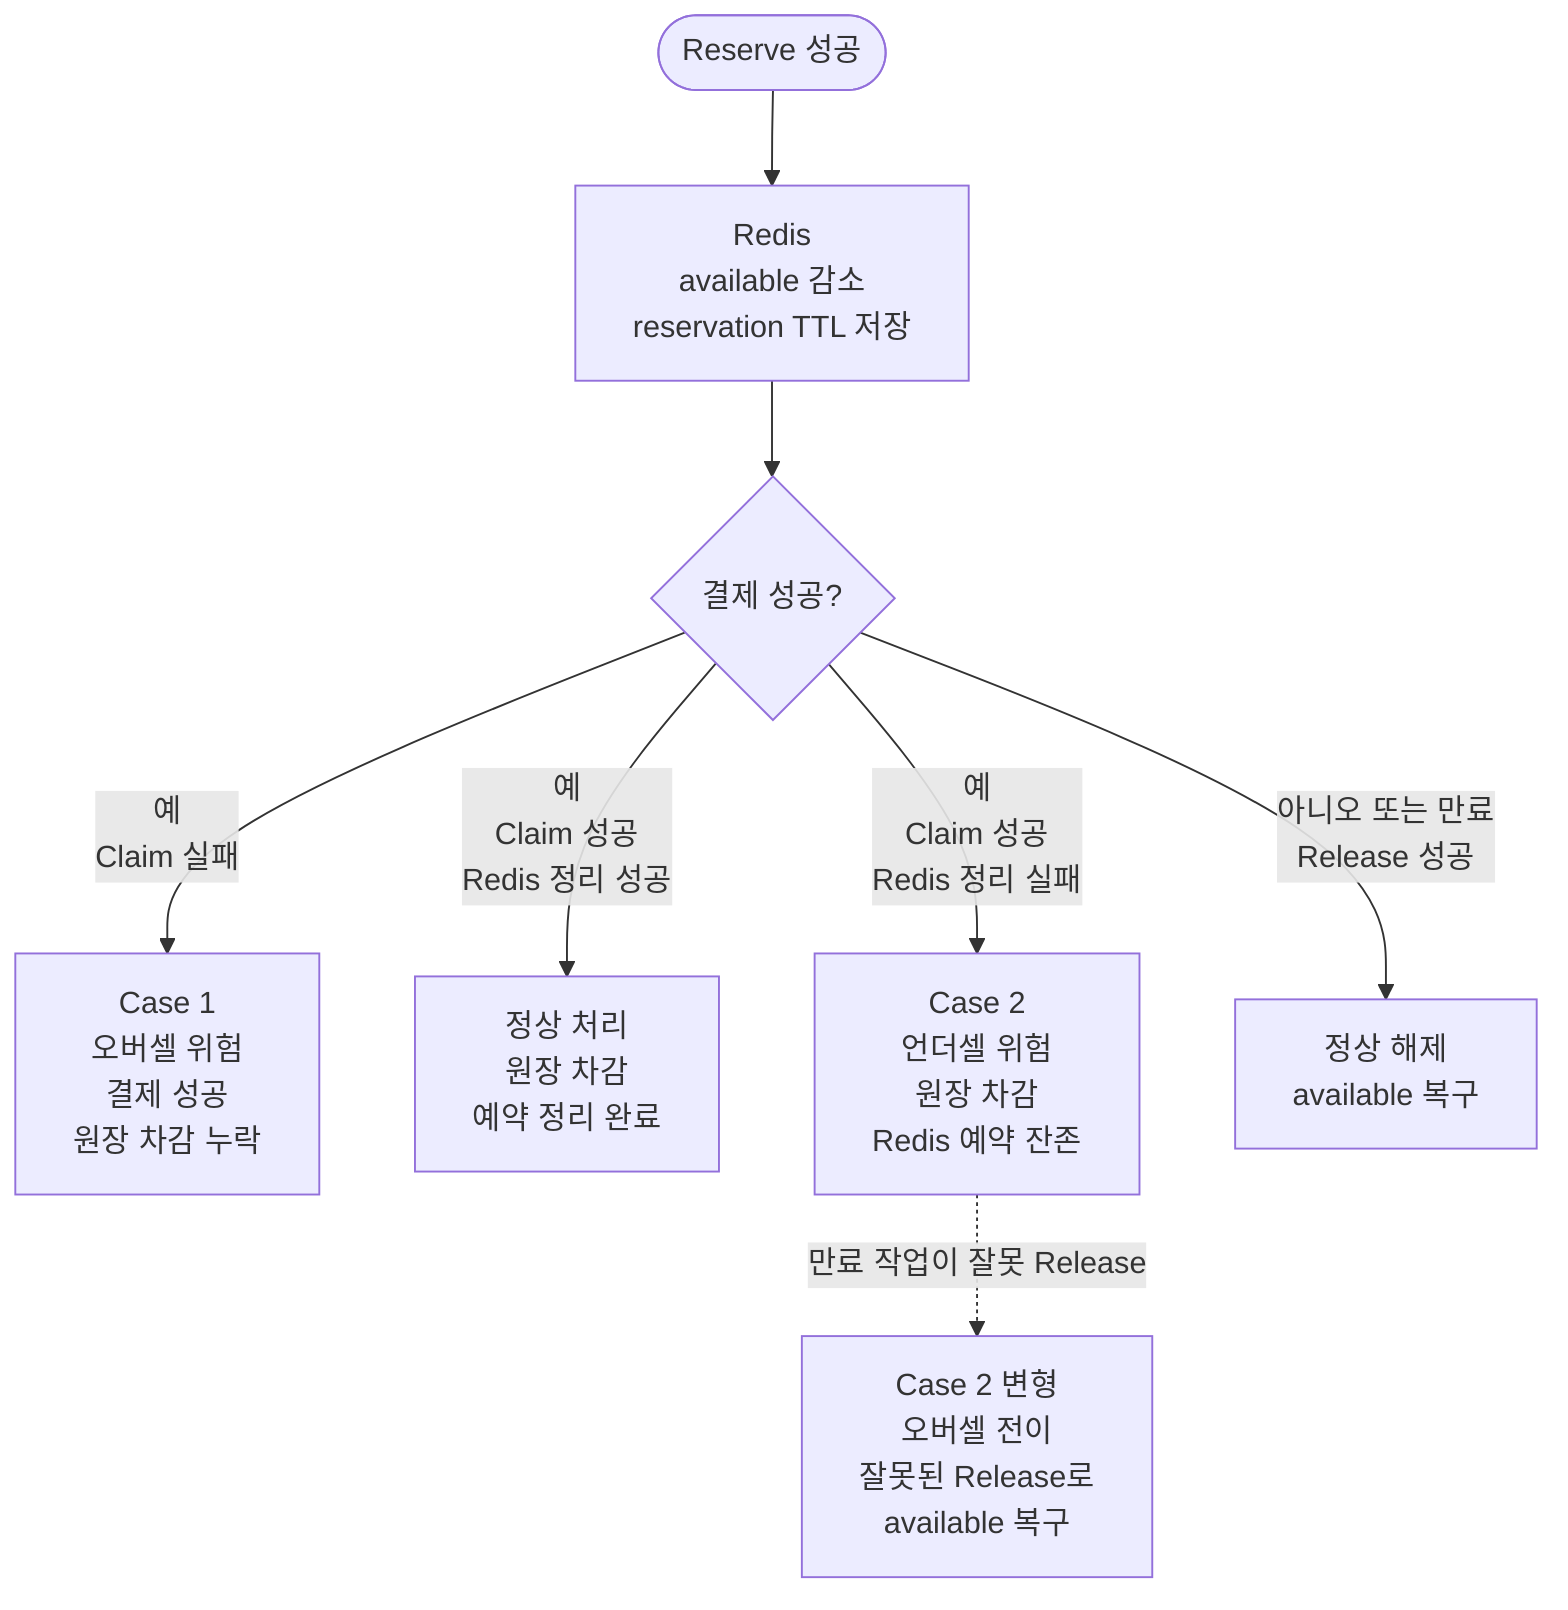
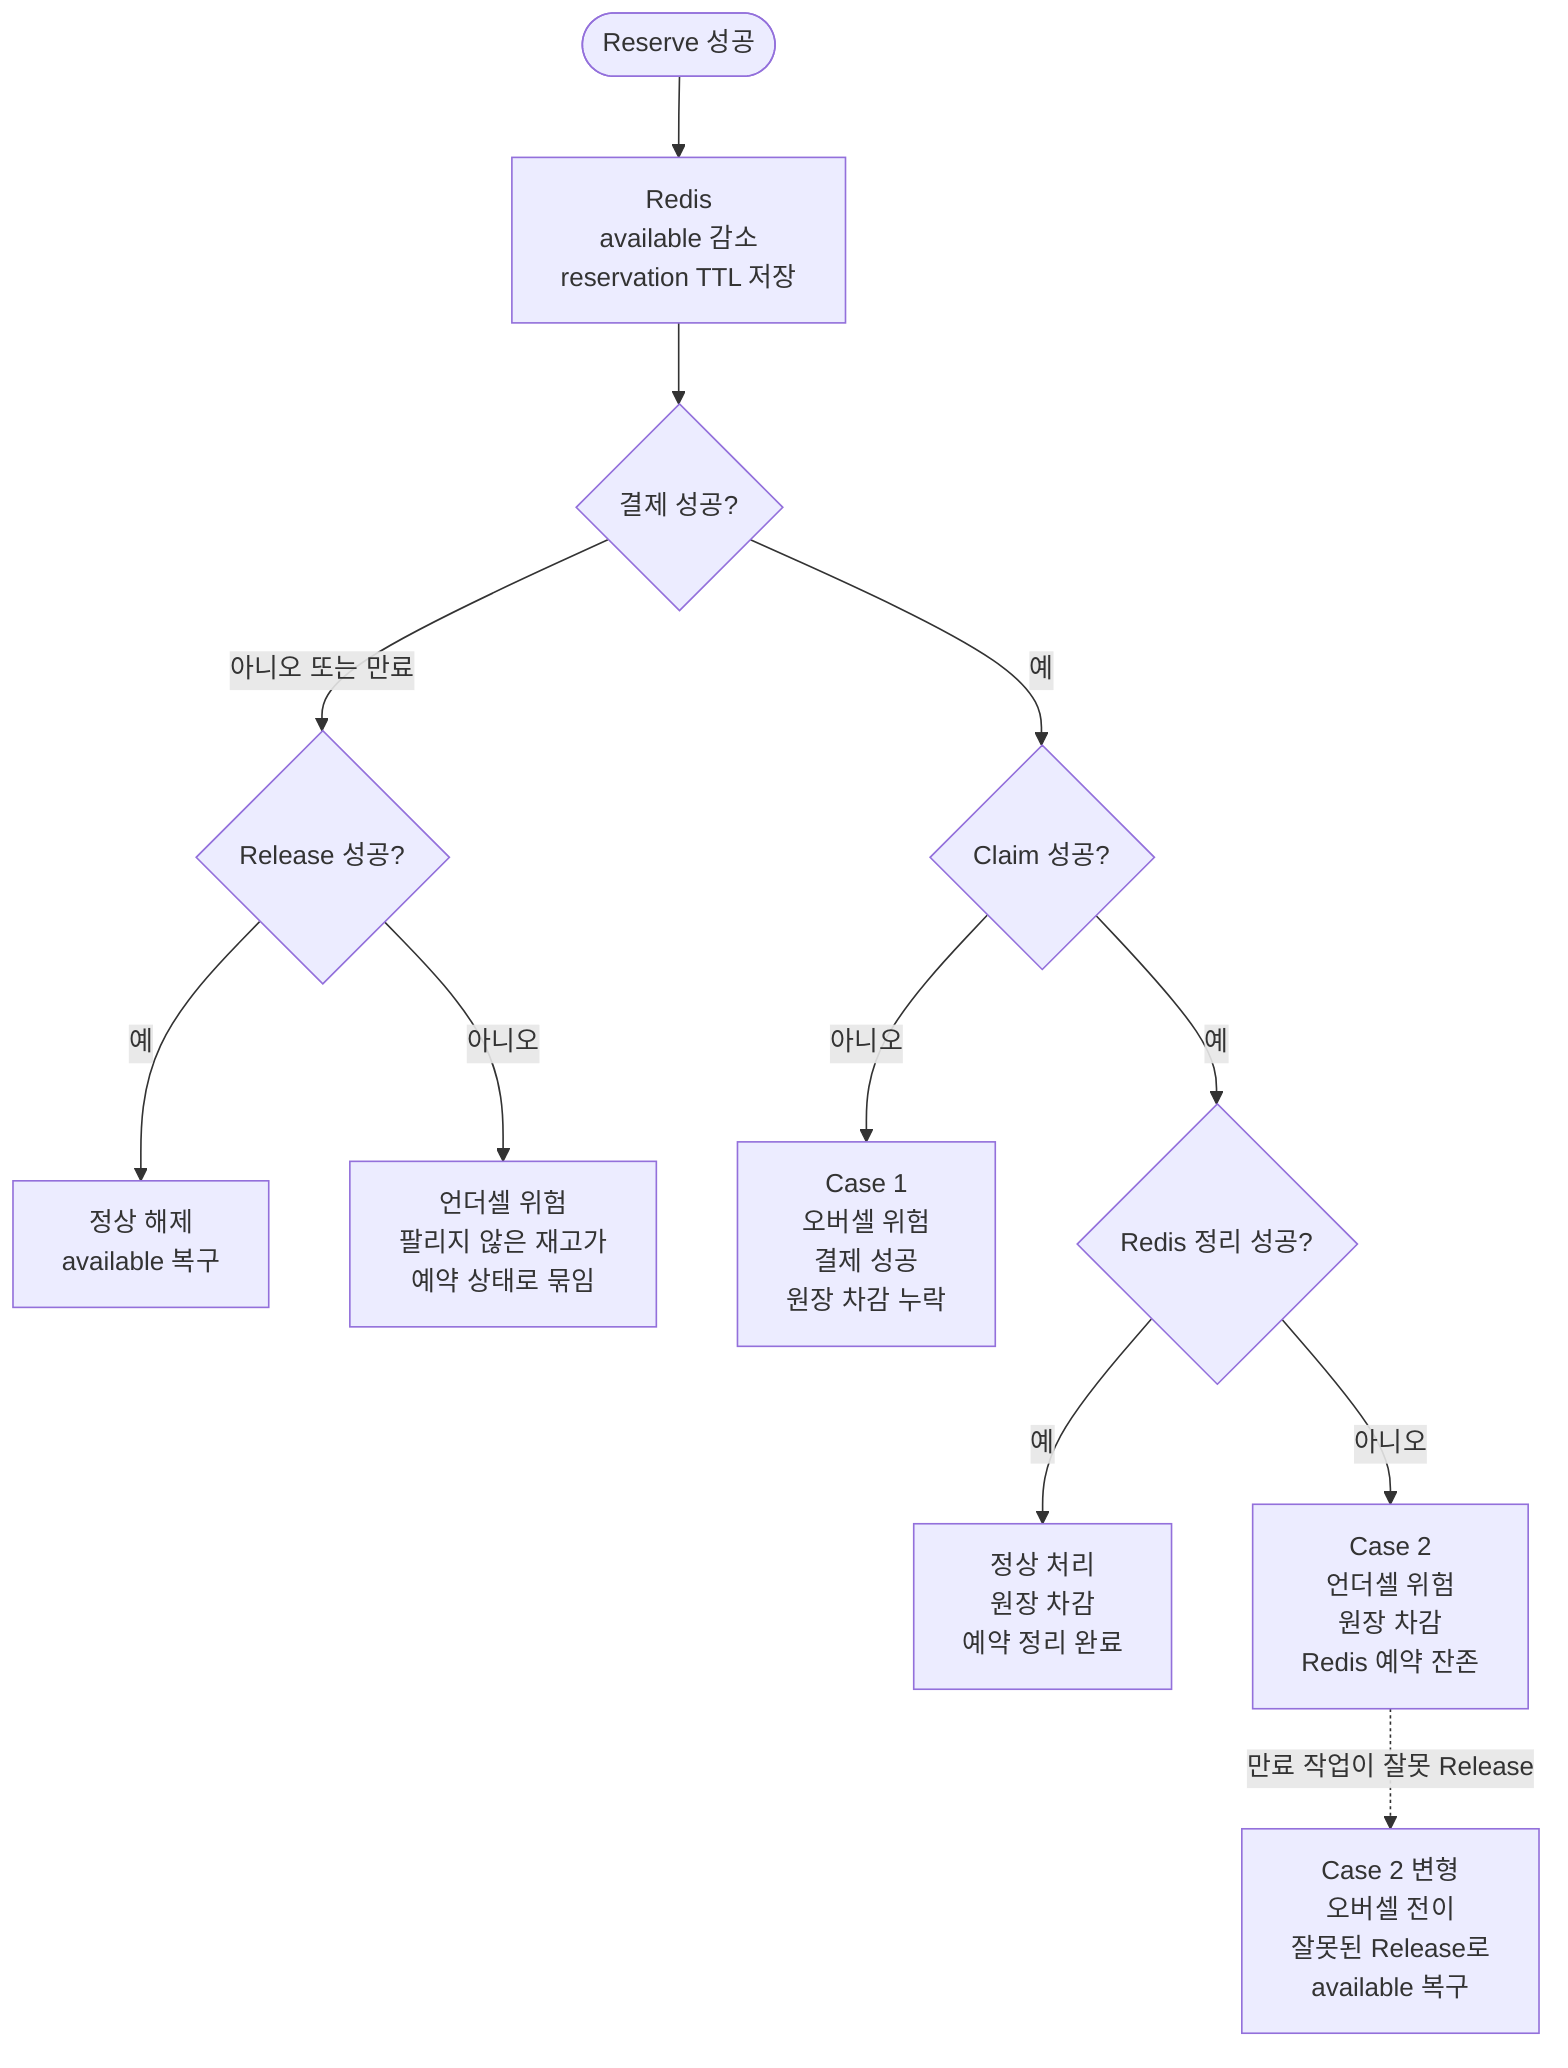
flowchart TD
    Start([Reserve 성공])
    RedisHold[Redis<br/>available 감소<br/>reservation TTL 저장]
    Payment{결제 성공?}

+     Release{Release 성공?}
+     NormalRelease[정상 해제<br/>available 복구]
+     UnderRelease[언더셀 위험<br/>팔리지 않은 재고가<br/>예약 상태로 묶임]
+     Claim{Claim 성공?}
    OverClaim[Case 1<br/>오버셀 위험<br/>결제 성공<br/>원장 차감 누락]
+     Cleanup{Redis 정리 성공?}
    NormalClaim[정상 처리<br/>원장 차감<br/>예약 정리 완료]
    UnderCleanup[Case 2<br/>언더셀 위험<br/>원장 차감<br/>Redis 예약 잔존]
    OverRelease[Case 2 변형<br/>오버셀 전이<br/>잘못된 Release로<br/>available 복구]
-     NormalRelease[정상 해제<br/>available 복구]

    Start --> RedisHold --> Payment

-     Payment -- 아니오 또는 만료<br/>Release 성공 --> NormalRelease
-     Payment -- 예<br/>Claim 실패 --> OverClaim
-     Payment -- 예<br/>Claim 성공<br/>Redis 정리 성공 --> NormalClaim
-     Payment -- 예<br/>Claim 성공<br/>Redis 정리 실패 --> UnderCleanup
+     Payment -- 아니오 또는 만료 --> Release
+     Release -- 예 --> NormalRelease
+     Release -- 아니오 --> UnderRelease
+ 
+     Payment -- 예 --> Claim
+     Claim -- 아니오 --> OverClaim
+     Claim -- 예 --> Cleanup
+     Cleanup -- 예 --> NormalClaim
+     Cleanup -- 아니오 --> UnderCleanup
    UnderCleanup -. 만료 작업이 잘못 Release .-> OverRelease
